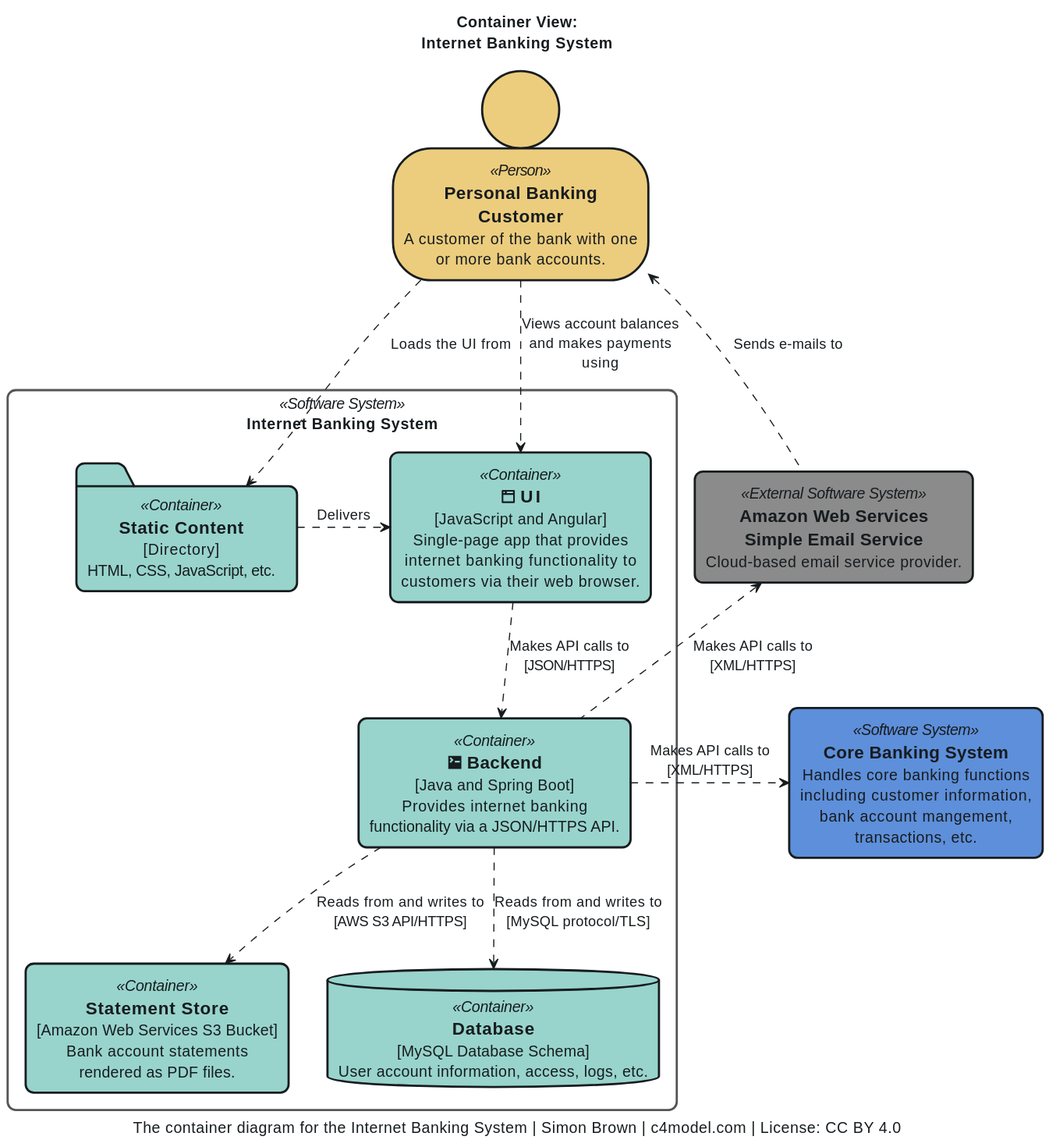
Before: examples/retro-coast-c4-container.svg, a diagram exported from PlantUML (chden/puml-themes).
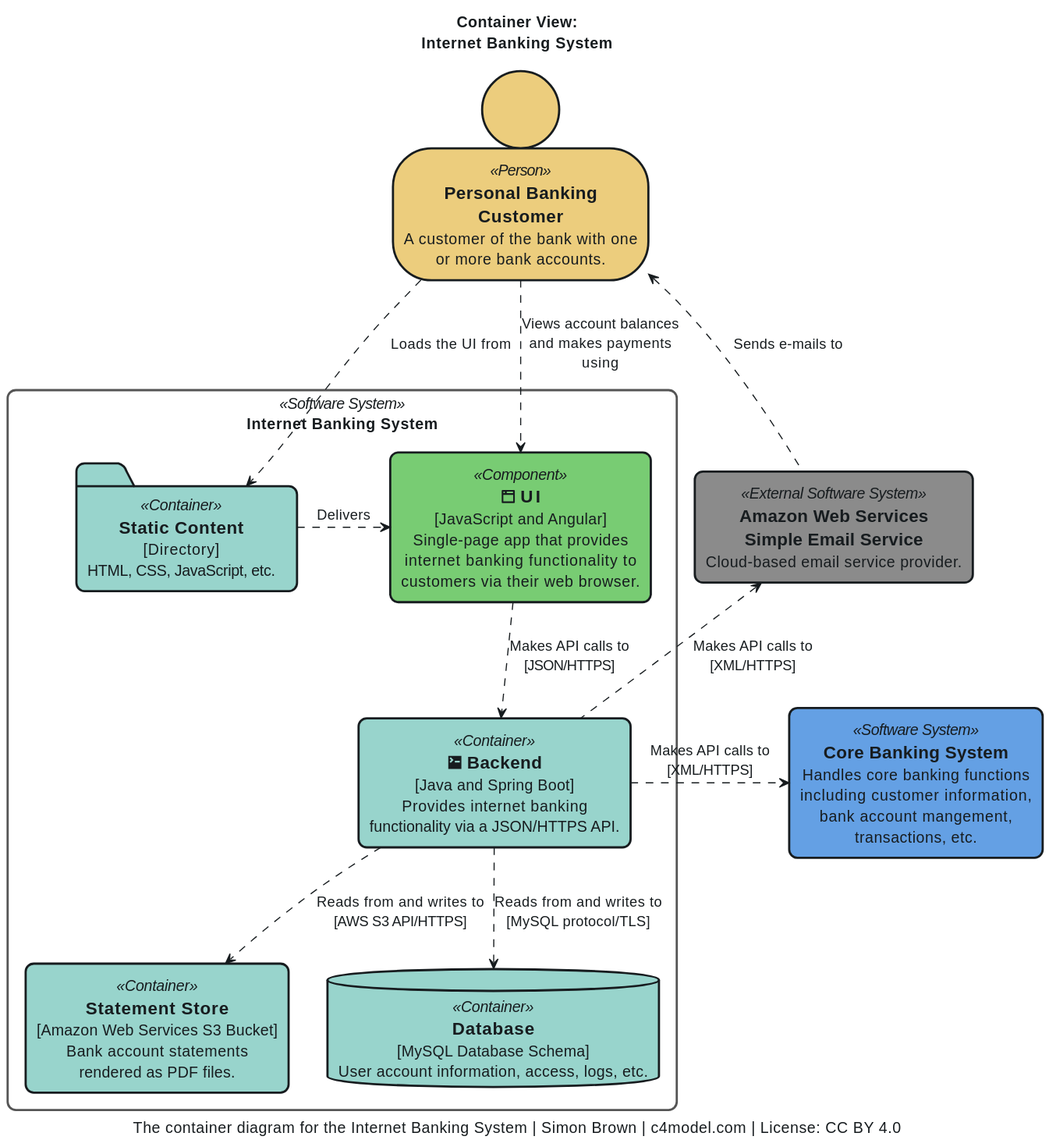
The same file after the commit.

What changed in the source:
```diff
@@ -34,7 +34,7 @@
     HTML, CSS, JavaScript, etc.
   ]
 
-  component UI <<Container>> [
+  component UI <<Component>> [
     == <size:16><&browser></size> UI
     [JavaScript and Angular]
     Single-page app that provides
```
